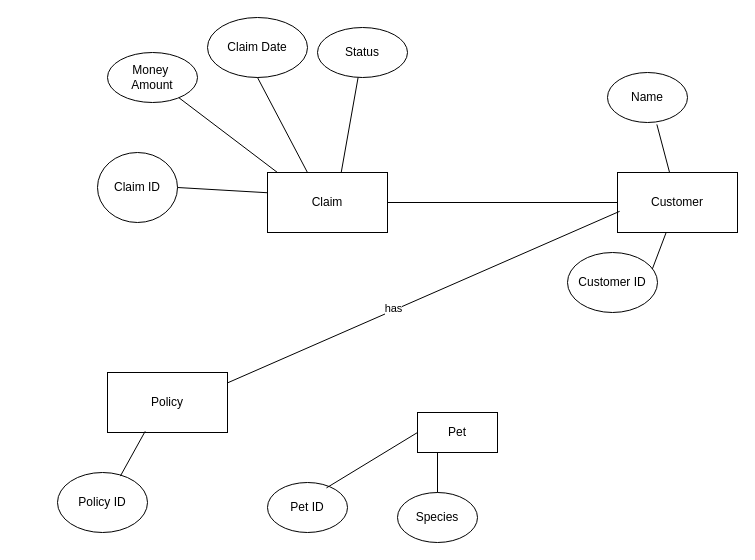
This is Pettify_Data.drawio from Eniseus/pettify_insurance, a draw.io file, before an edit. Source tidied: cells renumbered, new cells numbered last; positions are measured from the earlier drawing's top-left corner, leaving out a move shared by most shapes. Both pictures are drawn from the tidied source at 100%, with x=0, y=0 at pixel (57, 17).
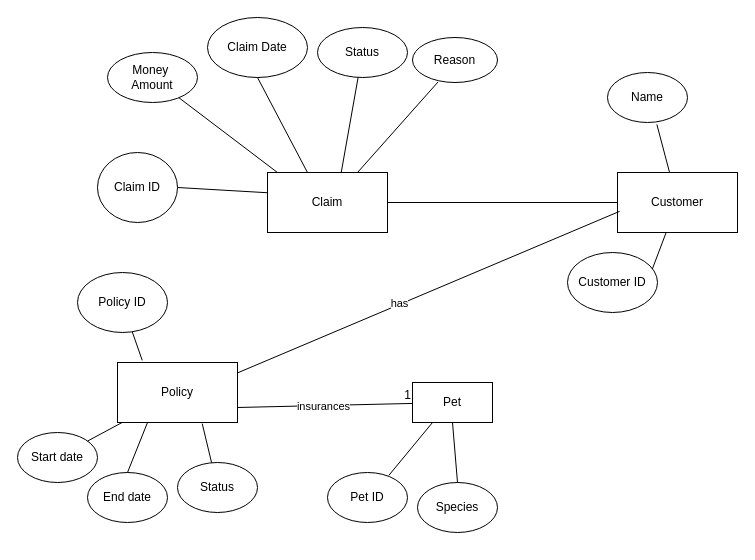
Above is the later version.

The change refers to these unchanged cells:
```xml
<mxCell id="2" value="Claim" style="rounded=0;whiteSpace=wrap;html=1;" parent="1" vertex="1">
  <mxGeometry x="210" y="155" width="120" height="60" as="geometry" />
</mxCell>
```

What changed in the source:
```diff
@@
     <mxCell id="7" value="Pet" style="rounded=0;whiteSpace=wrap;html=1;" parent="1" vertex="1">
-      <mxGeometry x="360" y="395" width="80" height="40" as="geometry" />
+      <mxGeometry x="355" y="365" width="80" height="40" as="geometry" />
     </mxCell>
@@
     <mxCell id="12" value="Policy" style="rounded=0;whiteSpace=wrap;html=1;" parent="1" vertex="1">
-      <mxGeometry x="50" y="355" width="120" height="60" as="geometry" />
+      <mxGeometry x="60" y="345" width="120" height="60" as="geometry" />
     </mxCell>
     <mxCell id="13" value="Policy ID" style="ellipse;whiteSpace=wrap;html=1;" parent="1" vertex="1">
-      <mxGeometry y="455" width="90" height="60" as="geometry" />
+      <mxGeometry x="20" y="255" width="90" height="60" as="geometry" />
     </mxCell>
-    <mxCell id="14" style="endArrow=none;html=1;rounded=0;exitX=0.698;exitY=0.061;exitDx=0;exitDy=0;exitPerimeter=0;entryX=0.314;entryY=0.98;entryDx=0;entryDy=0;entryPerimeter=0;" parent="1" edge="1" source="13" target="12">
+    <mxCell id="14" style="endArrow=none;html=1;rounded=0;entryX=0.206;entryY=-0.036;entryDx=0;entryDy=0;entryPerimeter=0;" parent="1" edge="1" source="13" target="12">
       <mxGeometry relative="1" as="geometry" />
     </mxCell>
@@
     <mxCell id="21" value="Pet ID" style="ellipse;whiteSpace=wrap;html=1;" parent="1" vertex="1">
-      <mxGeometry x="210" y="465" width="80" height="50" as="geometry" />
+      <mxGeometry x="270" y="455" width="80" height="50" as="geometry" />
     </mxCell>
-    <mxCell id="22" style="endArrow=none;html=1;rounded=0;exitX=0.737;exitY=0.108;exitDx=0;exitDy=0;exitPerimeter=0;entryX=0;entryY=0.5;entryDx=0;entryDy=0;" parent="1" edge="1" source="21" target="7">
+    <mxCell id="22" style="endArrow=none;html=1;rounded=0;exitX=0.767;exitY=0.057;exitDx=0;exitDy=0;exitPerimeter=0;entryX=0.25;entryY=1;entryDx=0;entryDy=0;" parent="1" edge="1" source="21" target="7">
       <mxGeometry relative="1" as="geometry" />
     </mxCell>
     <mxCell id="23" value="Species" style="ellipse;whiteSpace=wrap;html=1;" parent="1" vertex="1">
-      <mxGeometry x="340" y="475" width="80" height="50" as="geometry" />
+      <mxGeometry x="360" y="465" width="80" height="50" as="geometry" />
     </mxCell>
-    <mxCell id="24" style="endArrow=none;html=1;rounded=0;exitX=0.5;exitY=0;exitDx=0;exitDy=0;entryX=0.25;entryY=1;entryDx=0;entryDy=0;" parent="1" edge="1" source="23" target="7">
+    <mxCell id="24" style="endArrow=none;html=1;rounded=0;exitX=0.5;exitY=0;exitDx=0;exitDy=0;entryX=0.5;entryY=1;entryDx=0;entryDy=0;" parent="1" edge="1" source="23" target="7">
       <mxGeometry relative="1" as="geometry" />
     </mxCell>
@@
+    <mxCell id="27" style="endArrow=none;html=1;rounded=0;exitX=1;exitY=0.75;exitDx=0;exitDy=0;" parent="1" edge="1" source="12" target="7">
+      <mxGeometry relative="1" as="geometry" />
+    </mxCell>
+    <mxCell id="28" value="1" style="html=1;whiteSpace=wrap;align=right;verticalAlign=bottom;" parent="27" vertex="1">
+      <mxGeometry x="1" relative="1" as="geometry" />
+    </mxCell>
+    <mxCell id="29" value="insurances" style="edgeLabel;html=1;align=center;verticalAlign=middle;" parent="27" vertex="1">
+      <mxGeometry x="-0.24" y="-1" relative="1" as="geometry">
+        <mxPoint x="18" y="-1" as="offset" />
+      </mxGeometry>
+    </mxCell>
+    <mxCell id="30" value="Start date" style="ellipse;whiteSpace=wrap;html=1;" parent="1" vertex="1">
+      <mxGeometry x="-40" y="415" width="80" height="50" as="geometry" />
+    </mxCell>
+    <mxCell id="31" value="End date" style="ellipse;whiteSpace=wrap;html=1;" parent="1" vertex="1">
+      <mxGeometry x="30" y="455" width="80" height="50" as="geometry" />
+    </mxCell>
+    <mxCell id="32" value="Status" style="ellipse;whiteSpace=wrap;html=1;" parent="1" vertex="1">
+      <mxGeometry x="120" y="445" width="80" height="50" as="geometry" />
+    </mxCell>
+    <mxCell id="33" style="endArrow=none;html=1;rounded=0;" parent="1" edge="1" source="30" target="12">
+      <mxGeometry relative="1" as="geometry" />
+    </mxCell>
+    <mxCell id="34" style="endArrow=none;html=1;rounded=0;entryX=0.25;entryY=1;entryDx=0;entryDy=0;exitX=0.5;exitY=0;exitDx=0;exitDy=0;" parent="1" edge="1" source="31" target="12">
+      <mxGeometry relative="1" as="geometry" />
+    </mxCell>
+    <mxCell id="35" style="endArrow=none;html=1;rounded=0;entryX=0.706;entryY=1.019;entryDx=0;entryDy=0;entryPerimeter=0;" parent="1" edge="1" source="32" target="12">
+      <mxGeometry relative="1" as="geometry" />
+    </mxCell>
+    <mxCell id="36" value="Reason" style="ellipse;whiteSpace=wrap;html=1;" parent="1" vertex="1">
+      <mxGeometry x="355" y="20" width="85" height="45" as="geometry" />
+    </mxCell>
+    <mxCell id="37" style="endArrow=none;html=1;rounded=0;exitX=0.75;exitY=0;exitDx=0;exitDy=0;entryX=0.3;entryY=0.989;entryDx=0;entryDy=0;entryPerimeter=0;" parent="1" edge="1" source="2" target="36">
+      <mxGeometry relative="1" as="geometry" />
+    </mxCell>
```
